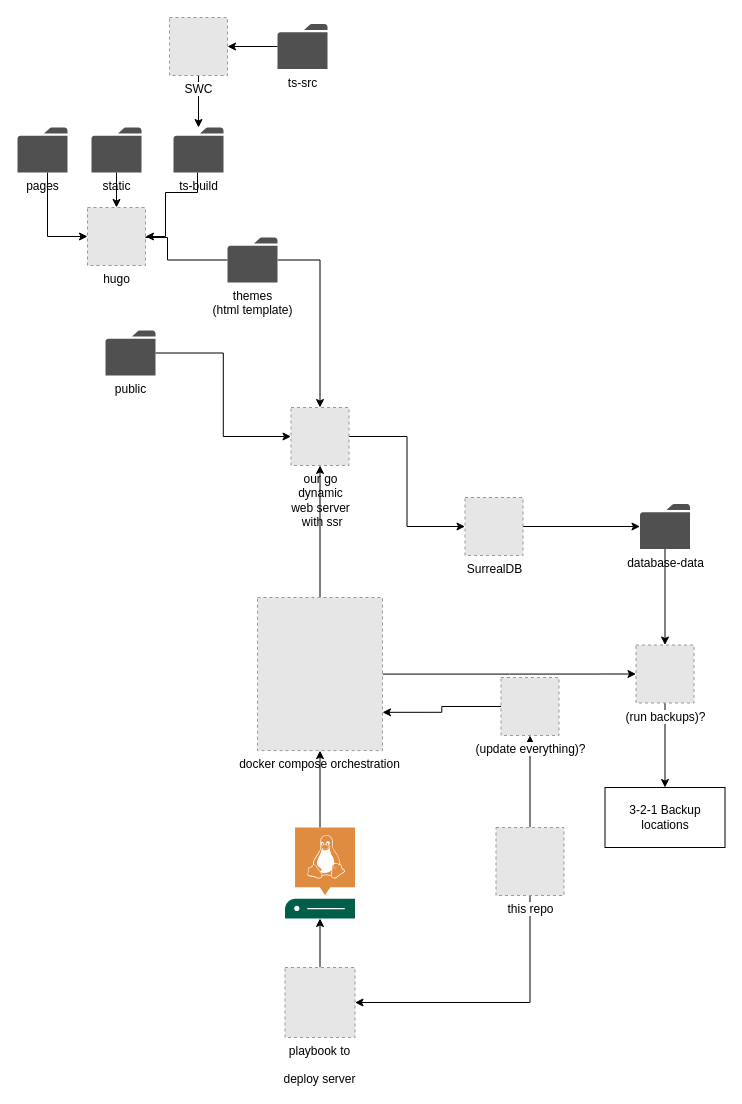
hugohabicht01/CompSoc-Website keeps this draw.io diagram as docs/devops/Techstack.drawio. Above is the earlier version. Source tidied: cells renumbered, new cells numbered last; positions are measured from the earlier drawing's top-left corner, leaving out a move shared by most shapes. Both pictures are drawn from the tidied source at 100%, with x=0, y=0 at pixel (17, 17). Pictures stored in the file or linked from it are replaced by grey dashed boxes.
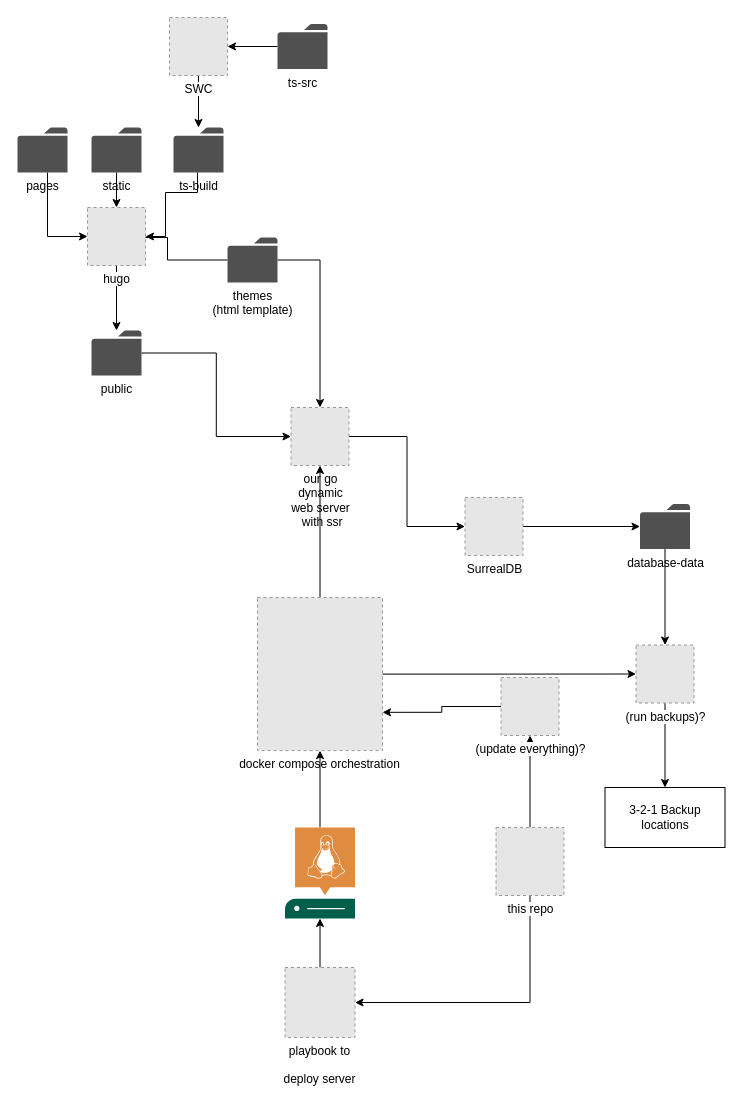
After the change.

Commit message (it also covers changes not shown here):
Added arrow between hugo and public folder.

Unchanged cells that the change refers to:
```xml
<mxCell id="21" value="hugo" style="fillColor=#E6E6E6;strokeColor=#999999;dashed=1;html=1;verticalAlign=top;verticalLabelPosition=bottom;labelBackgroundColor=#ffffff;" parent="1" vertex="1">
  <mxGeometry x="70" y="190" width="58" height="58" as="geometry" />
</mxCell>
```

Diff of the diagram source:
```diff
@@
     <mxCell id="16" value="public" style="sketch=0;shadow=0;dashed=0;html=1;strokeColor=none;fillColor=#505050;labelPosition=center;verticalLabelPosition=bottom;verticalAlign=top;outlineConnect=0;align=center;shape=mxgraph.office.concepts.folder;" parent="1" vertex="1">
-      <mxGeometry x="88" y="313" width="50" height="45" as="geometry" />
+      <mxGeometry x="74" y="313" width="50" height="45" as="geometry" />
     </mxCell>
@@
+    <mxCell id="39" style="edgeStyle=orthogonalEdgeStyle;rounded=0;jettySize=auto;html=1;" parent="1" edge="1" source="21" target="16">
+      <mxGeometry relative="1" as="geometry" />
+    </mxCell>
```
